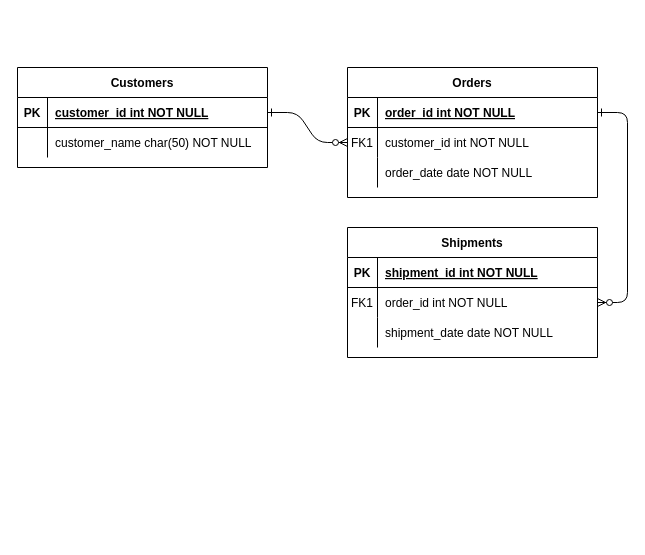
This is Untitled Diagram.drawio from wli1992/CIDM-6325-Django, a draw.io file, before an edit. Source tidied: cells renumbered, new cells numbered last; positions are measured from the earlier drawing's top-left corner, leaving out a move shared by most shapes. Both pictures are drawn from the tidied source at 100%, with x=0, y=0 at pixel (17, 67).
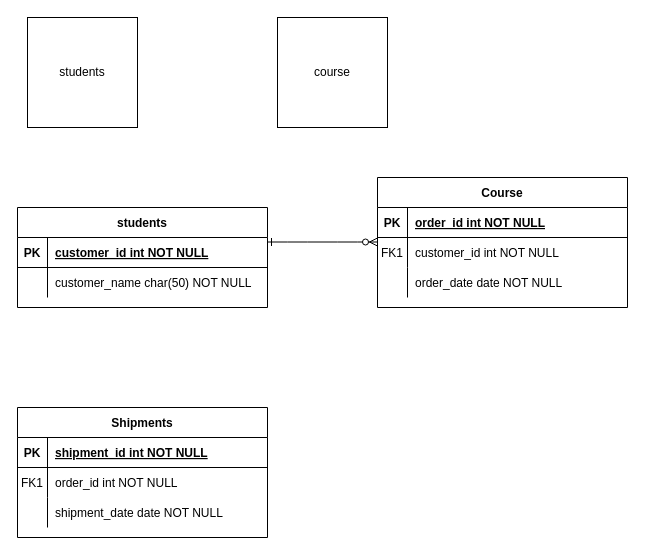
The same page after the edit.

Commit message:
Advising Services Degree Checklist Diagram.drawio

Unchanged cells that the change refers to:
```xml
<mxCell id="5" style="shape=partialRectangle;fillColor=none;points=[[0,0.5],[1,0.5]];portConstraint=eastwest;top=0;left=0;right=0;bottom=1;" parent="4" vertex="1">
  <mxGeometry y="30" width="250" height="30" as="geometry" />
</mxCell>
<mxCell id="8" style="shape=partialRectangle;fillColor=none;points=[[0,0.5],[1,0.5]];portConstraint=eastwest;top=0;left=0;right=0;bottom=0;" parent="4" vertex="1">
  <mxGeometry y="60" width="250" height="30" as="geometry" />
</mxCell>
<mxCell id="18" style="shape=partialRectangle;fillColor=none;points=[[0,0.5],[1,0.5]];portConstraint=eastwest;top=0;left=0;right=0;bottom=0;" parent="14" vertex="1">
  <mxGeometry y="60" width="250" height="30" as="geometry" />
</mxCell>
<mxCell id="25" style="shape=partialRectangle;fillColor=none;points=[[0,0.5],[1,0.5]];portConstraint=eastwest;top=0;left=0;right=0;bottom=1;" parent="24" vertex="1">
  <mxGeometry y="30" width="250" height="30" as="geometry" />
</mxCell>
```

What changed in the source:
```diff
@@
-    <mxCell id="2" style="edgeStyle=entityRelationEdgeStyle;endArrow=ERzeroToMany;startArrow=ERone;endFill=1;startFill=0;" parent="1" edge="1" source="25" target="8">
-      <mxGeometry relative="1" as="geometry" />
+    <mxCell id="2" style="edgeStyle=entityRelationEdgeStyle;endArrow=ERzeroToMany;startArrow=ERone;endFill=1;startFill=0;" parent="1" edge="1">
+      <mxGeometry relative="1" as="geometry">
+        <mxPoint x="250" y="174.5" as="sourcePoint" />
+        <mxPoint x="360" y="174.5" as="targetPoint" />
+      </mxGeometry>
     </mxCell>
-    <mxCell id="3" style="edgeStyle=entityRelationEdgeStyle;endArrow=ERzeroToMany;startArrow=ERone;endFill=1;startFill=0;" parent="1" edge="1" source="5" target="18">
-      <mxGeometry relative="1" as="geometry" />
-    </mxCell>
-    <mxCell id="4" value="Orders" style="shape=table;startSize=30;childLayout=tableLayout;rowLines=0;fontStyle=1;align=center;" parent="1" vertex="1">
-      <mxGeometry x="330" width="250" height="130" as="geometry" />
+    <mxCell id="4" value="Course" style="shape=table;startSize=30;childLayout=tableLayout;rowLines=0;fontStyle=1;align=center;" parent="1" vertex="1">
+      <mxGeometry x="360" y="110" width="250" height="130" as="geometry" />
     </mxCell>
@@
     <mxCell id="14" value="Shipments" style="shape=table;startSize=30;childLayout=tableLayout;rowLines=0;fontStyle=1;align=center;" parent="1" vertex="1">
-      <mxGeometry x="330" y="160" width="250" height="130" as="geometry" />
+      <mxGeometry y="340" width="250" height="130" as="geometry" />
     </mxCell>
@@
-    <mxCell id="24" value="Customers" style="shape=table;startSize=30;childLayout=tableLayout;rowLines=0;fontStyle=1;align=center;" parent="1" vertex="1">
-      <mxGeometry width="250" height="100" as="geometry" />
+    <mxCell id="24" value="students" style="shape=table;startSize=30;childLayout=tableLayout;rowLines=0;fontStyle=1;align=center;" parent="1" vertex="1">
+      <mxGeometry y="140" width="250" height="100" as="geometry" />
     </mxCell>
@@
+    <mxCell id="31" value="students" style="whiteSpace=wrap;html=1;" parent="1" vertex="1">
+      <mxGeometry x="10" y="-50" width="110" height="110" as="geometry" />
+    </mxCell>
+    <mxCell id="32" value="course" style="whiteSpace=wrap;html=1;" parent="1" vertex="1">
+      <mxGeometry x="260" y="-50" width="110" height="110" as="geometry" />
+    </mxCell>
```
